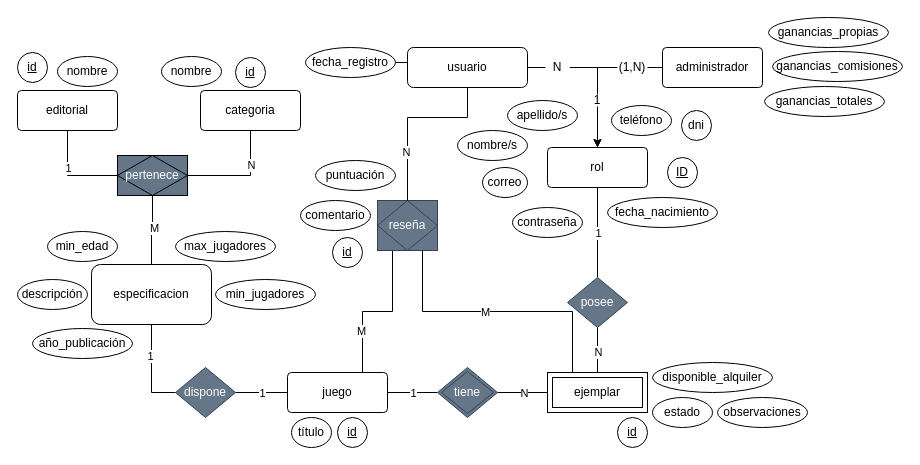
Before: DER-jerarquia.drawio in SancLucas/Vuelta-al-Tablero, a draw.io diagram. Source tidied: cells renumbered, new cells numbered last; positions are measured from the earlier drawing's top-left corner, leaving out a move shared by most shapes. Both pictures are drawn from the tidied source at 100%, with x=0, y=0 at pixel (17, 17).
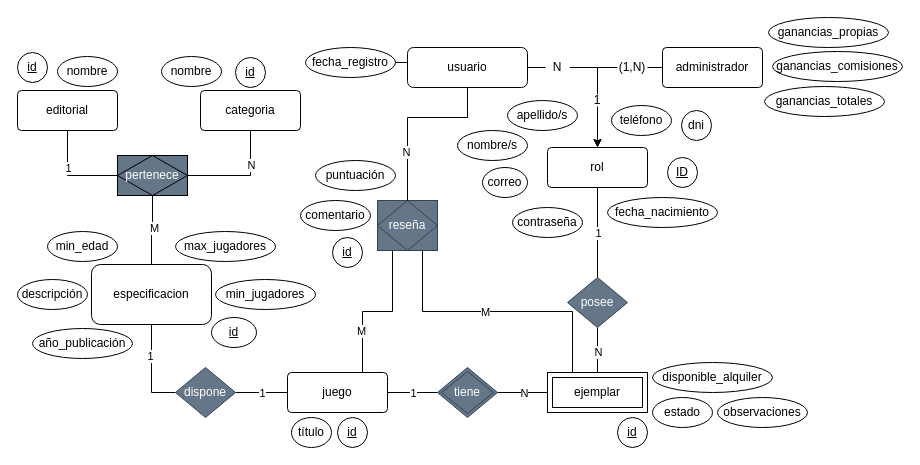
The same diagram, later.

Commit message:
Propuesta de jerarquia modificado

Diff of the diagram source:
```diff
@@
+    <mxCell id="77" value="&lt;u&gt;id&lt;/u&gt;" style="ellipse;whiteSpace=wrap;html=1;align=center;" parent="1" vertex="1">
+      <mxGeometry x="194" y="300" width="45" height="30" as="geometry" />
+    </mxCell>
```
